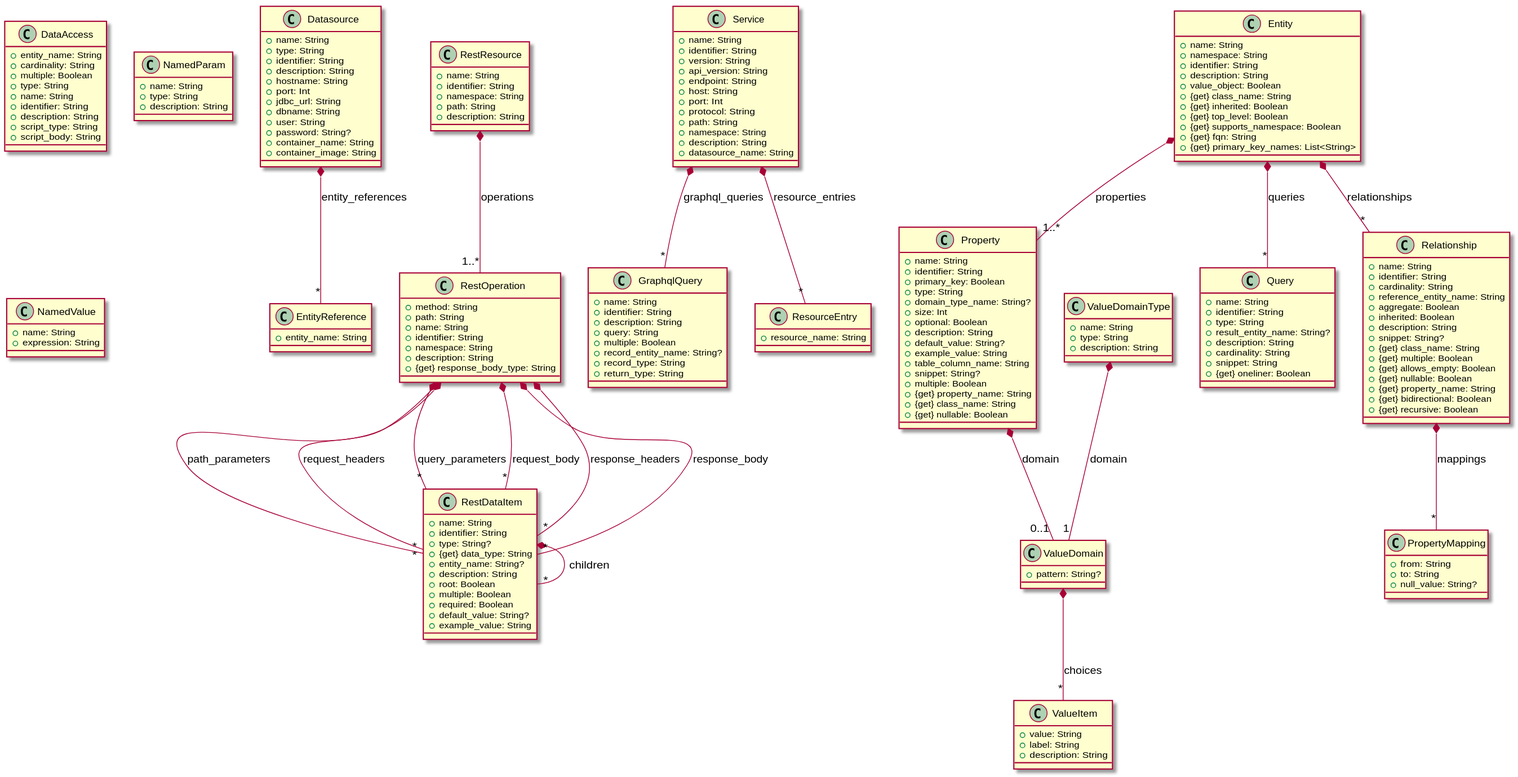
This is doc/image/model-diagram.svg from laplacian-arch/api-service.domain-model, a PlantUML export, as it was before one commit. Its diagram source:
```plantuml
@startuml


class Datasource {
  + name: String
  + type: String
  + identifier: String
  + description: String
  + hostname: String
  + port: Int
  + jdbc_url: String
  + dbname: String
  + user: String
  + password: String?
  + container_name: String
  + container_image: String
}


Datasource *-- "*" EntityReference : entity_references









class EntityReference {
  + entity_name: String
}








class RestDataItem {
  + name: String
  + identifier: String
  + type: String?
  + {get} data_type: String
  + entity_name: String?
  + description: String
  + root: Boolean
  + multiple: Boolean
  + required: Boolean
  + default_value: String?
  + example_value: String
}




RestDataItem *-- "*" RestDataItem : children











class GraphqlQuery {
  + name: String
  + identifier: String
  + description: String
  + query: String
  + multiple: Boolean
  + record_entity_name: String?
  + record_type: String
  + return_type: String
}








class RestOperation {
  + method: String
  + path: String
  + name: String
  + identifier: String
  + namespace: String
  + description: String
  + {get} response_body_type: String
}








RestOperation *-- "*" RestDataItem : path_parameters



RestOperation *-- "*" RestDataItem : request_headers



RestOperation *-- "*" RestDataItem : query_parameters



RestOperation *-- "*" RestDataItem : request_body



RestOperation *-- "*" RestDataItem : response_headers



RestOperation *-- "*" RestDataItem : response_body







class Service {
  + name: String
  + identifier: String
  + version: String
  + api_version: String
  + endpoint: String
  + host: String
  + port: Int
  + protocol: String
  + path: String
  + namespace: String
  + description: String
  + datasource_name: String
}


Service *-- "*" ResourceEntry : resource_entries











Service *-- "*" GraphqlQuery : graphql_queries





class ResourceEntry {
  + resource_name: String
}








class RestResource {
  + name: String
  + identifier: String
  + namespace: String
  + path: String
  + description: String
}


RestResource *-- "1..*" RestOperation : operations









class DataAccess {
  + entity_name: String
  + cardinality: String
  + multiple: Boolean
  + type: String
  + name: String
  + identifier: String
  + description: String
  + script_type: String
  + script_body: String
}






class Entity {
  + name: String
  + namespace: String
  + identifier: String
  + description: String
  + value_object: Boolean
  + {get} class_name: String
  + {get} inherited: Boolean
  + {get} top_level: Boolean
  + {get} supports_namespace: Boolean
  + {get} fqn: String
  + {get} primary_key_names: List<String>
}


Entity *-- "1..*" Property : properties



Entity *-- "*" Relationship : relationships



Entity *-- "*" Query : queries























class NamedParam {
  + name: String
  + type: String
  + description: String
}




class NamedValue {
  + name: String
  + expression: String
}




class Property {
  + name: String
  + identifier: String
  + primary_key: Boolean
  + type: String
  + domain_type_name: String?
  + size: Int
  + optional: Boolean
  + description: String
  + default_value: String?
  + example_value: String
  + table_column_name: String
  + snippet: String?
  + multiple: Boolean
  + {get} property_name: String
  + {get} class_name: String
  + {get} nullable: Boolean
}




Property *-- "0..1" ValueDomain : domain







class PropertyMapping {
  + from: String
  + to: String
  + null_value: String?
}










class Query {
  + name: String
  + identifier: String
  + type: String
  + result_entity_name: String?
  + description: String
  + cardinality: String
  + snippet: String
  + {get} oneliner: Boolean
}








class Relationship {
  + name: String
  + identifier: String
  + cardinality: String
  + reference_entity_name: String
  + aggregate: Boolean
  + inherited: Boolean
  + description: String
  + snippet: String?
  + {get} class_name: String
  + {get} multiple: Boolean
  + {get} allows_empty: Boolean
  + {get} nullable: Boolean
  + {get} property_name: String
  + {get} bidirectional: Boolean
  + {get} recursive: Boolean
}




Relationship *-- "*" PropertyMapping : mappings







class ValueDomainType {
  + name: String
  + type: String
  + description: String
}


ValueDomainType *-- "1" ValueDomain : domain





class ValueDomain {
  + pattern: String?
}


ValueDomain *-- "*" ValueItem : choices





class ValueItem {
  + value: String
  + label: String
  + description: String
}



@enduml
```
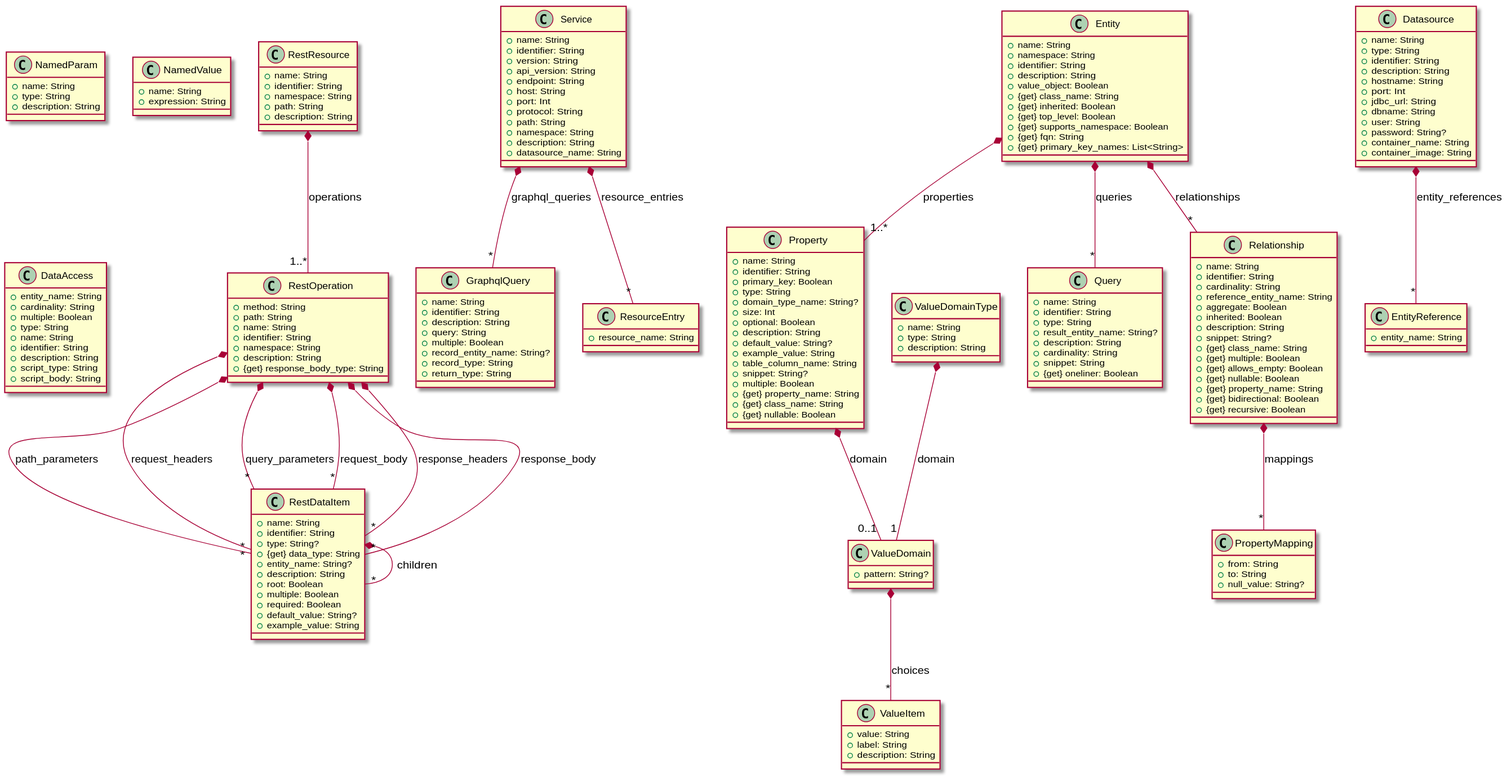
Above is the later version.

Diff of the diagram source:
```diff
@@ -1,41 +1,4 @@
 @startuml
-
-
-class Datasource {
-  + name: String
-  + type: String
-  + identifier: String
-  + description: String
-  + hostname: String
-  + port: Int
-  + jdbc_url: String
-  + dbname: String
-  + user: String
-  + password: String?
-  + container_name: String
-  + container_image: String
-}
-
-
-Datasource *-- "*" EntityReference : entity_references
-
-
-
-
-
-
-
-
-
-class EntityReference {
-  + entity_name: String
-}
-
-
-
-
-
-
 
 
 class RestDataItem {
@@ -188,23 +151,6 @@
 
 
 
-
-
-
-
-
-
-class DataAccess {
-  + entity_name: String
-  + cardinality: String
-  + multiple: Boolean
-  + type: String
-  + name: String
-  + identifier: String
-  + description: String
-  + script_type: String
-  + script_body: String
-}
 
 
 
@@ -399,4 +345,58 @@
 
 
 
+
+class DataAccess {
+  + entity_name: String
+  + cardinality: String
+  + multiple: Boolean
+  + type: String
+  + name: String
+  + identifier: String
+  + description: String
+  + script_type: String
+  + script_body: String
+}
+
+
+
+
+
+
+class Datasource {
+  + name: String
+  + type: String
+  + identifier: String
+  + description: String
+  + hostname: String
+  + port: Int
+  + jdbc_url: String
+  + dbname: String
+  + user: String
+  + password: String?
+  + container_name: String
+  + container_image: String
+}
+
+
+Datasource *-- "*" EntityReference : entity_references
+
+
+
+
+
+
+
+
+
+class EntityReference {
+  + entity_name: String
+}
+
+
+
+
+
+
+
 @enduml
```
